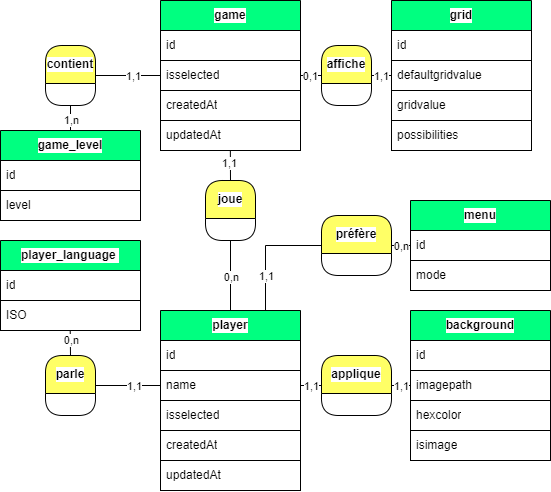
This is .myresources/design_and_modeling/merise/MCD.drawio.png from Lob2018/SudokuFX, a draw.io export, as it was before one commit. Source tidied: cells renumbered, new cells last; positions are measured from the earlier drawing's top-left corner, leaving out a move shared by most shapes.
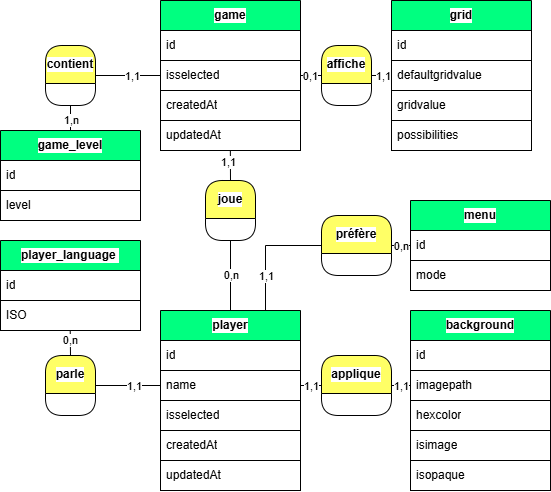
The same diagram one commit later.

Commit message:
📚 docs MCD & MPD: Add isopaque attribute to background entity

What changed in the source:
```diff
@@ -115,7 +115,7 @@
       </mxGeometry>
     </mxCell>
     <mxCell id="36" value="background" style="swimlane;fontStyle=1;horizontal=1;startSize=30;whiteSpace=wrap;html=1;swimlaneLine=1;fontColor=#000000;labelBorderColor=none;strokeColor=#000000;fillColor=#00FF80;swimlaneFillColor=none;gradientColor=none;labelBackgroundColor=#FFFFFF;" parent="1" vertex="1">
-      <mxGeometry x="410" y="310" width="140" height="150" as="geometry" />
+      <mxGeometry x="410" y="310" width="140" height="180" as="geometry" />
     </mxCell>
     <mxCell id="37" value="id" style="text;strokeColor=#000000;fillColor=#FFFFFF;align=left;verticalAlign=middle;spacingLeft=4;spacingRight=4;overflow=hidden;whiteSpace=wrap;html=1;fontColor=#000000;labelBorderColor=none;swimlaneFillColor=none;gradientColor=none;labelBackgroundColor=#FFFFFF;" parent="36" vertex="1">
       <mxGeometry y="30" width="140" height="30" as="geometry" />
@@ -129,6 +129,9 @@
     <mxCell id="40" value="isimage" style="text;strokeColor=#000000;fillColor=#FFFFFF;align=left;verticalAlign=middle;spacingLeft=4;spacingRight=4;overflow=hidden;whiteSpace=wrap;html=1;fontColor=#000000;labelBorderColor=none;swimlaneFillColor=none;gradientColor=none;labelBackgroundColor=#FFFFFF;" parent="36" vertex="1">
       <mxGeometry y="120" width="140" height="30" as="geometry" />
     </mxCell>
+    <mxCell id="62" value="isopaque" style="text;strokeColor=#000000;fillColor=#FFFFFF;align=left;verticalAlign=middle;spacingLeft=4;spacingRight=4;overflow=hidden;whiteSpace=wrap;html=1;fontColor=#000000;labelBorderColor=none;swimlaneFillColor=none;gradientColor=none;labelBackgroundColor=#FFFFFF;" parent="36" vertex="1">
+      <mxGeometry y="150" width="140" height="30" as="geometry" />
+    </mxCell>
     <mxCell id="41" value="applique" style="swimlane;fontStyle=1;horizontal=1;startSize=38;whiteSpace=wrap;html=1;swimlaneLine=1;rounded=1;fontColor=#000000;labelBorderColor=none;strokeColor=#000000;fillColor=#FFFF66;swimlaneFillColor=none;gradientColor=none;labelBackgroundColor=#FFFFFF;" parent="1" vertex="1">
       <mxGeometry x="321" y="355" width="70" height="60" as="geometry" />
     </mxCell>
```
